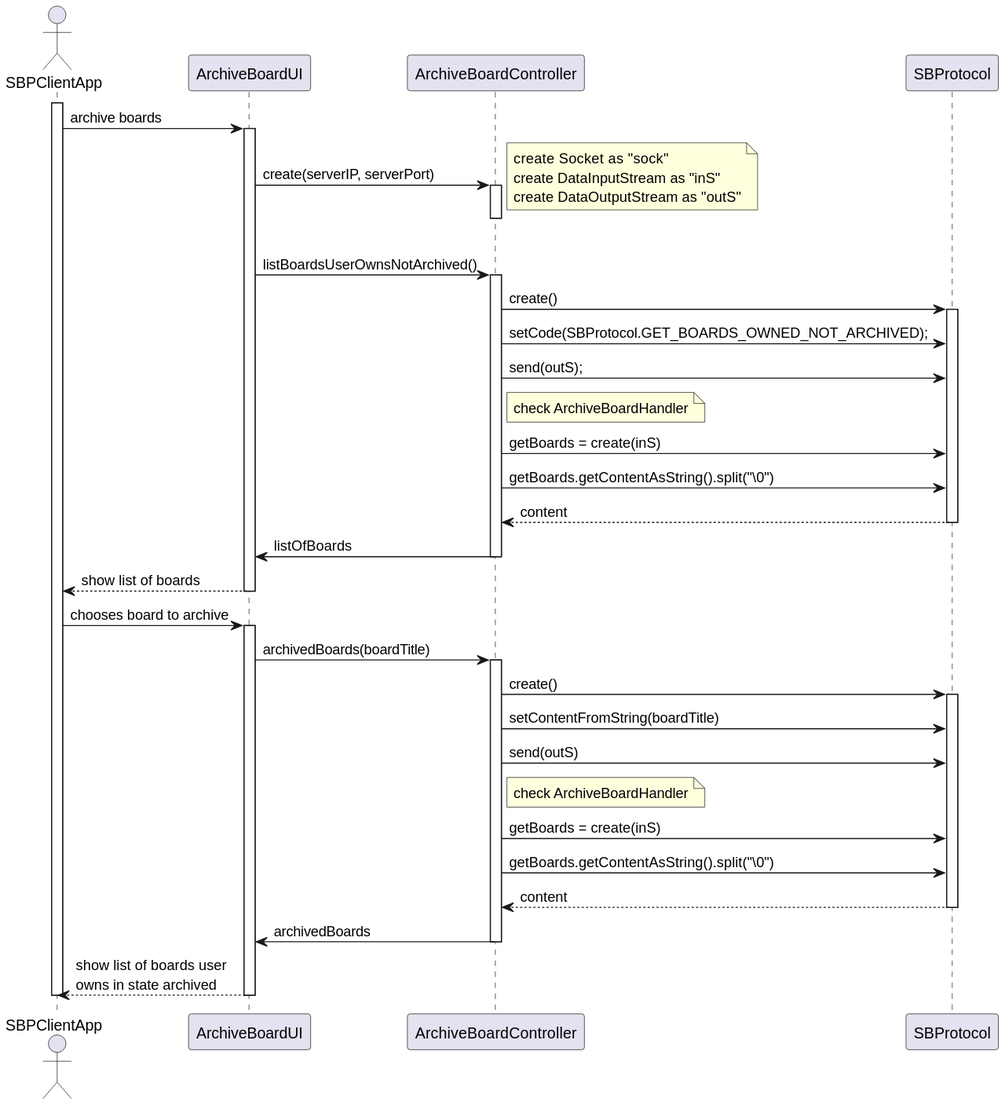
Above: docs/us_3010/clientSD.svg in jovami/isep-lapr4 (PlantUML), before the change. Its diagram source:
```plantuml
@startuml
actor SBPClientApp as user
participant ArchiveBoardUI as ui
participant ArchiveBoardController as ctrl
participant SBProtocol as sbp



activate user
user -> ui :archive boards
activate ui

    ui -> ctrl :create(serverIP, serverPort)
    note right: create Socket as "sock"\ncreate DataInputStream as "inS"\ncreate DataOutputStream as "outS"
    activate ctrl
    deactivate ctrl

    ui -> ctrl :listBoardsUserOwnsNotArchived()
    activate ctrl
        ctrl ->sbp: create()
        activate sbp
            ctrl -> sbp : setCode(SBProtocol.GET_BOARDS_OWNED_NOT_ARCHIVED);
            ctrl -> sbp : send(outS);
            note right of ctrl: check ArchiveBoardHandler

            ctrl -> sbp : getBoards = create(inS)
            ctrl -> sbp : getBoards.getContentAsString().split("\0")
            sbp --> ctrl : content

        deactivate sbp

        ctrl -> ui: listOfBoards
        deactivate ctrl
        ui --> user : show list of boards

deactivate ui

user -> ui: chooses board to archive
activate ui
    ui -> ctrl :archivedBoards(boardTitle)
    activate ctrl
        ctrl -> sbp : create()
        activate sbp
        ctrl -> sbp : setContentFromString(boardTitle)
        ctrl -> sbp : send(outS)
        note right of ctrl: check ArchiveBoardHandler
        ctrl -> sbp : getBoards = create(inS)
        ctrl -> sbp : getBoards.getContentAsString().split("\0")
        sbp --> ctrl : content
        deactivate sbp

        ctrl -> ui: archivedBoards
    deactivate ctrl
ui--> user :show list of boards user \nowns in state archived
deactivate ui
deactivate user
@enduml
```
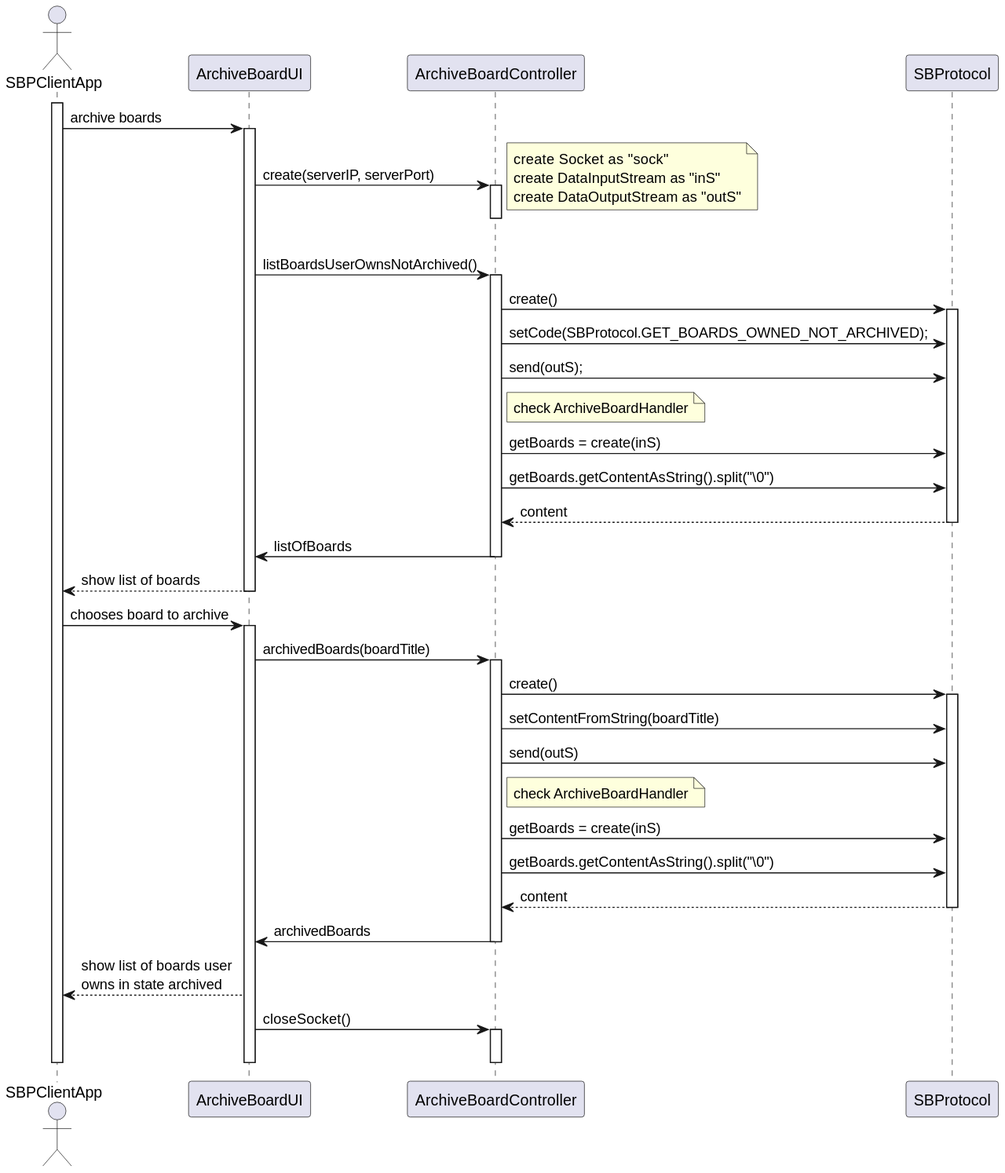
The same diagram one commit later.

What changed in the source:
```diff
@@ -52,6 +52,10 @@
         ctrl -> ui: archivedBoards
     deactivate ctrl
 ui--> user :show list of boards user \nowns in state archived
+
+ui -> ctrl : closeSocket()
+    activate ctrl
+    deactivate ctrl
 deactivate ui
 deactivate user
 @enduml
```
